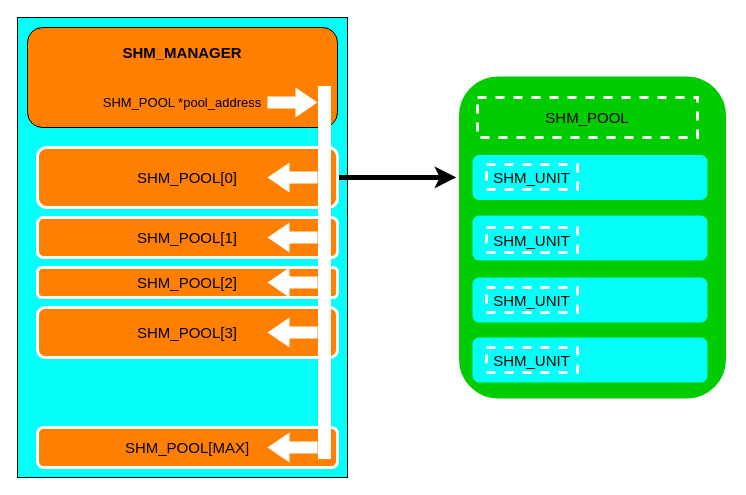
Before: Untitled Diagram.drawio in FAKERINHEART/draw_folder, a draw.io diagram. Source tidied: cells renumbered, new cells numbered last; positions are measured from the earlier drawing's top-left corner, leaving out a move shared by most shapes. Both pictures are drawn from the tidied source at 100%, with x=0, y=0 at pixel (17, 17).
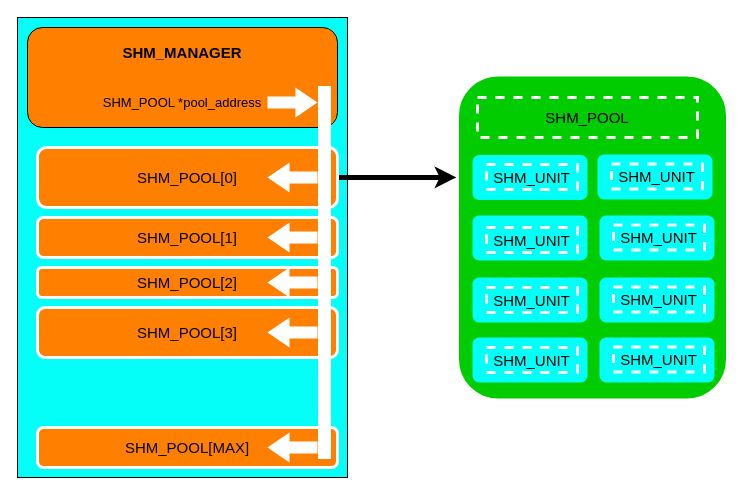
The same diagram, later.

What changed in the source:
```diff
@@
     <mxCell id="21" style="rounded=1;whiteSpace=wrap;html=1;shadow=0;glass=0;gradientColor=none;fontSize=15;strokeWidth=3;fillColor=#03FFF7;strokeColor=none;" parent="1" vertex="1">
-      <mxGeometry x="455" y="137.5" width="235" height="45" as="geometry" />
+      <mxGeometry x="455" y="137.5" width="115" height="45" as="geometry" />
     </mxCell>
     <mxCell id="22" style="rounded=1;whiteSpace=wrap;html=1;shadow=0;glass=0;gradientColor=none;fontSize=15;strokeWidth=3;fillColor=#03FFF7;strokeColor=none;" parent="1" vertex="1">
-      <mxGeometry x="455" y="198" width="235" height="45" as="geometry" />
+      <mxGeometry x="455" y="198" width="115" height="45" as="geometry" />
     </mxCell>
     <mxCell id="23" style="rounded=1;whiteSpace=wrap;html=1;shadow=0;glass=0;gradientColor=none;fontSize=15;strokeWidth=3;fillColor=#03FFF7;strokeColor=none;" parent="1" vertex="1">
-      <mxGeometry x="455" y="260" width="235" height="45" as="geometry" />
+      <mxGeometry x="455" y="260" width="115" height="45" as="geometry" />
     </mxCell>
     <mxCell id="24" style="rounded=1;whiteSpace=wrap;html=1;shadow=0;glass=0;gradientColor=none;fontSize=15;strokeWidth=3;fillColor=#03FFF7;strokeColor=none;" parent="1" vertex="1">
-      <mxGeometry x="455" y="320" width="235" height="45" as="geometry" />
+      <mxGeometry x="455" y="320" width="115" height="45" as="geometry" />
     </mxCell>
@@
+    <mxCell id="30" style="rounded=1;whiteSpace=wrap;html=1;shadow=0;glass=0;gradientColor=none;fontSize=15;strokeWidth=3;fillColor=#03FFF7;strokeColor=none;" parent="1" vertex="1">
+      <mxGeometry x="580" y="137" width="115" height="45" as="geometry" />
+    </mxCell>
+    <mxCell id="31" value="SHM_UNIT" style="rounded=0;whiteSpace=wrap;html=1;shadow=0;glass=0;dashed=1;strokeColor=#FFFFFF;strokeWidth=3;fillColor=#03FFF7;gradientColor=none;fontSize=15;" parent="1" vertex="1">
+      <mxGeometry x="594" y="146.5" width="91" height="25" as="geometry" />
+    </mxCell>
+    <mxCell id="32" style="rounded=1;whiteSpace=wrap;html=1;shadow=0;glass=0;gradientColor=none;fontSize=15;strokeWidth=3;fillColor=#03FFF7;strokeColor=none;" parent="1" vertex="1">
+      <mxGeometry x="582" y="198" width="115" height="45" as="geometry" />
+    </mxCell>
+    <mxCell id="33" value="SHM_UNIT" style="rounded=0;whiteSpace=wrap;html=1;shadow=0;glass=0;dashed=1;strokeColor=#FFFFFF;strokeWidth=3;fillColor=#03FFF7;gradientColor=none;fontSize=15;" parent="1" vertex="1">
+      <mxGeometry x="596" y="207.5" width="91" height="25" as="geometry" />
+    </mxCell>
+    <mxCell id="34" style="rounded=1;whiteSpace=wrap;html=1;shadow=0;glass=0;gradientColor=none;fontSize=15;strokeWidth=3;fillColor=#03FFF7;strokeColor=none;" parent="1" vertex="1">
+      <mxGeometry x="582" y="260" width="115" height="45" as="geometry" />
+    </mxCell>
+    <mxCell id="35" value="SHM_UNIT" style="rounded=0;whiteSpace=wrap;html=1;shadow=0;glass=0;dashed=1;strokeColor=#FFFFFF;strokeWidth=3;fillColor=#03FFF7;gradientColor=none;fontSize=15;" parent="1" vertex="1">
+      <mxGeometry x="596" y="269.5" width="91" height="25" as="geometry" />
+    </mxCell>
+    <mxCell id="36" style="rounded=1;whiteSpace=wrap;html=1;shadow=0;glass=0;gradientColor=none;fontSize=15;strokeWidth=3;fillColor=#03FFF7;strokeColor=none;" parent="1" vertex="1">
+      <mxGeometry x="582" y="320" width="115" height="45" as="geometry" />
+    </mxCell>
+    <mxCell id="37" value="SHM_UNIT" style="rounded=0;whiteSpace=wrap;html=1;shadow=0;glass=0;dashed=1;strokeColor=#FFFFFF;strokeWidth=3;fillColor=#03FFF7;gradientColor=none;fontSize=15;" parent="1" vertex="1">
+      <mxGeometry x="596" y="329.5" width="91" height="25" as="geometry" />
+    </mxCell>
```
